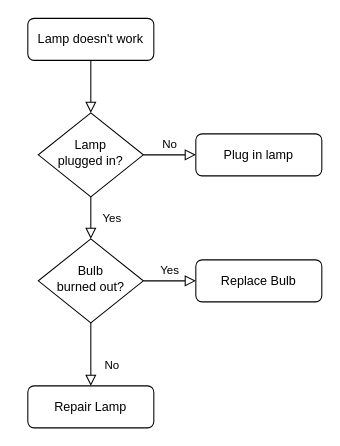
Before: System Analysis/Workshops/Workshop 3/Moive Expert System Flowchart.drawio in YoshiK13/UD_Classes, a draw.io diagram. Source tidied: cells renumbered, new cells numbered last; positions are measured from the earlier drawing's top-left corner, leaving out a move shared by most shapes. Both pictures are drawn from the tidied source at 105%, with x=0, y=0 at pixel (27, 18).
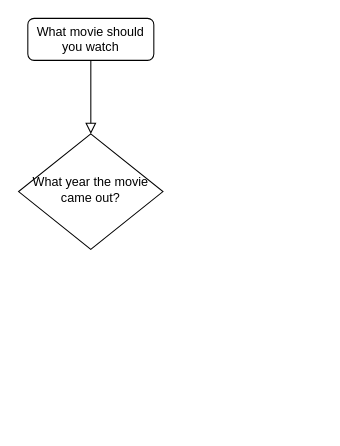
Above is the later version.

Change to the diagram source:
```diff
@@
 <mxGraphModel>
   <root>
     <mxCell id="0" />
     <mxCell id="1" parent="0" />
     <mxCell id="2" style="rounded=0;html=1;jettySize=auto;fontSize=11;endArrow=block;endFill=0;endSize=8;strokeWidth=1;shadow=0;labelBackgroundColor=none;edgeStyle=orthogonalEdgeStyle;" parent="1" edge="1" source="3" target="6">
       <mxGeometry relative="1" as="geometry" />
     </mxCell>
-    <mxCell id="3" value="Lamp doesn't work" style="rounded=1;whiteSpace=wrap;html=1;fontSize=12;glass=0;strokeWidth=1;shadow=0;" parent="1" vertex="1">
+    <mxCell id="3" value="What movie should you watch" style="rounded=1;whiteSpace=wrap;html=1;fontSize=12;glass=0;strokeWidth=1;shadow=0;" parent="1" vertex="1">
       <mxGeometry width="120" height="40" as="geometry" />
     </mxCell>
-    <mxCell id="4" value="Yes" style="rounded=0;html=1;jettySize=auto;fontSize=11;endArrow=block;endFill=0;endSize=8;strokeWidth=1;shadow=0;labelBackgroundColor=none;edgeStyle=orthogonalEdgeStyle;" parent="1" edge="1" source="6" target="10">
-      <mxGeometry y="20" relative="1" as="geometry" />
-    </mxCell>
-    <mxCell id="5" value="No" style="edgeStyle=orthogonalEdgeStyle;rounded=0;html=1;jettySize=auto;fontSize=11;endArrow=block;endFill=0;endSize=8;strokeWidth=1;shadow=0;labelBackgroundColor=none;" parent="1" edge="1" source="6" target="7">
-      <mxGeometry y="10" relative="1" as="geometry" />
-    </mxCell>
-    <mxCell id="6" value="Lamp&lt;br&gt;plugged in?" style="rhombus;whiteSpace=wrap;html=1;shadow=0;fontFamily=Helvetica;fontSize=12;align=center;strokeWidth=1;spacing=6;spacingTop=-4;" parent="1" vertex="1">
-      <mxGeometry x="10" y="90" width="100" height="80" as="geometry" />
+    <mxCell id="6" value="What year the movie came out?" style="rhombus;whiteSpace=wrap;html=1;shadow=0;fontFamily=Helvetica;fontSize=12;align=center;strokeWidth=1;spacing=6;spacingTop=-4;" parent="1" vertex="1">
+      <mxGeometry x="-8.8" y="110" width="137.5" height="110" as="geometry" />
     </mxCell>
-    <mxCell id="7" value="Plug in lamp" style="rounded=1;whiteSpace=wrap;html=1;fontSize=12;glass=0;strokeWidth=1;shadow=0;" parent="1" vertex="1">
-      <mxGeometry x="160" y="110" width="120" height="40" as="geometry" />
-    </mxCell>
-    <mxCell id="8" value="No" style="rounded=0;html=1;jettySize=auto;fontSize=11;endArrow=block;endFill=0;endSize=8;strokeWidth=1;shadow=0;labelBackgroundColor=none;edgeStyle=orthogonalEdgeStyle;" parent="1" edge="1" source="10" target="11">
-      <mxGeometry x="0.33" y="20" relative="1" as="geometry" />
-    </mxCell>
-    <mxCell id="9" value="Yes" style="edgeStyle=orthogonalEdgeStyle;rounded=0;html=1;jettySize=auto;fontSize=11;endArrow=block;endFill=0;endSize=8;strokeWidth=1;shadow=0;labelBackgroundColor=none;" parent="1" edge="1" source="10" target="12">
-      <mxGeometry y="10" relative="1" as="geometry" />
-    </mxCell>
-    <mxCell id="10" value="Bulb&lt;br&gt;burned out?" style="rhombus;whiteSpace=wrap;html=1;shadow=0;fontFamily=Helvetica;fontSize=12;align=center;strokeWidth=1;spacing=6;spacingTop=-4;" parent="1" vertex="1">
-      <mxGeometry x="10" y="210" width="100" height="80" as="geometry" />
-    </mxCell>
-    <mxCell id="11" value="Repair Lamp" style="rounded=1;whiteSpace=wrap;html=1;fontSize=12;glass=0;strokeWidth=1;shadow=0;" parent="1" vertex="1">
-      <mxGeometry y="350" width="120" height="40" as="geometry" />
-    </mxCell>
-    <mxCell id="12" value="Replace Bulb" style="rounded=1;whiteSpace=wrap;html=1;fontSize=12;glass=0;strokeWidth=1;shadow=0;" parent="1" vertex="1">
-      <mxGeometry x="160" y="230" width="120" height="40" as="geometry" />
-    </mxCell>
   </root>
 </mxGraphModel>
```
